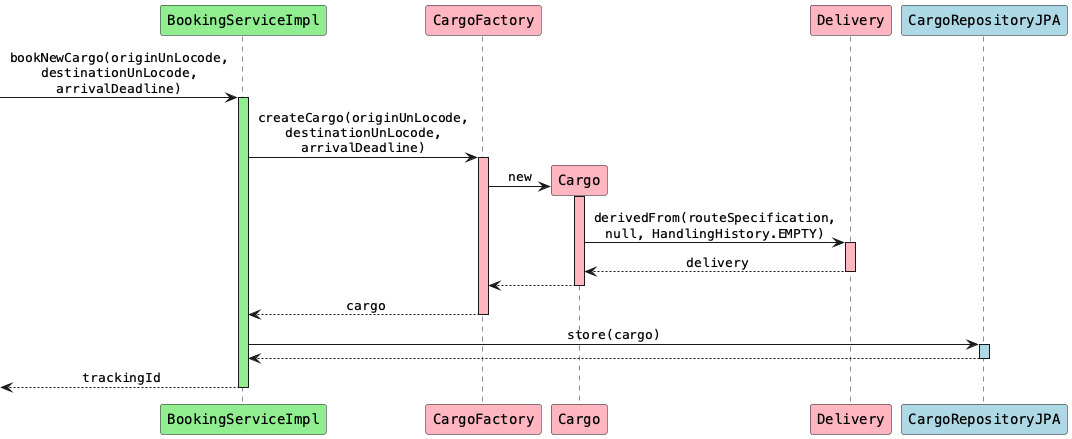
Earlier version of the PlantUML export diagrams/BookingServiceImpl_bookNewCargo.png (aowss/dddsample-core).
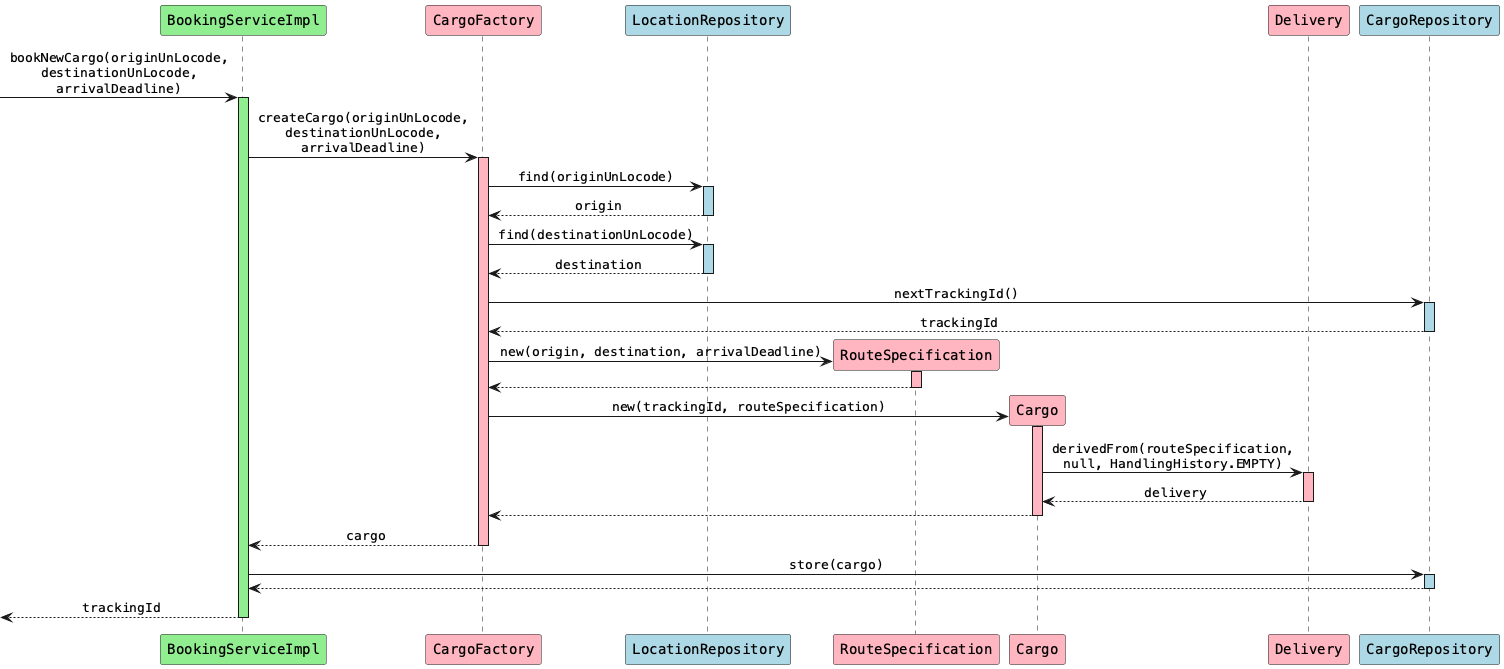
Above is the later version.

Change to the diagram source:
```diff
@@ -5,17 +5,41 @@
 
 participant "BookingServiceImpl" as bs #lightgreen
 participant "CargoFactory" as cf #lightpink
+participant "LocationRepository" as lr #lightblue
+participant "RouteSpecification" as rs #lightpink
 participant "Cargo" as c #lightpink
 participant "Delivery" as d #lightpink
-participant "CargoRepositoryJPA" as cr #lightblue
+participant "CargoRepository" as cr #lightblue
 
 [-> bs: bookNewCargo(originUnLocode,\ndestinationUnLocode,\narrivalDeadline)
 activate bs #lightgreen
 
 bs -> cf: createCargo(originUnLocode,\ndestinationUnLocode,\narrivalDeadline)
 activate cf #lightpink
+
+cf -> lr: find(originUnLocode)
+activate lr #lightblue
+lr --> cf: origin
+deactivate lr
+
+cf -> lr: find(destinationUnLocode)
+activate lr #lightblue
+lr --> cf: destination
+deactivate lr
+
+cf -> cr: nextTrackingId()
+activate cr #lightblue
+cr --> cf: trackingId
+deactivate cr
+
+create rs
+cf -> rs: new(origin, destination, arrivalDeadline)
+activate rs #lightpink
+rs --> cf
+deactivate rs
+
 create c
-cf -> c: new
+cf -> c: new(trackingId, routeSpecification)
 activate c #lightpink
 
 c -> d: derivedFrom(routeSpecification,\nnull, HandlingHistory.EMPTY)
```
